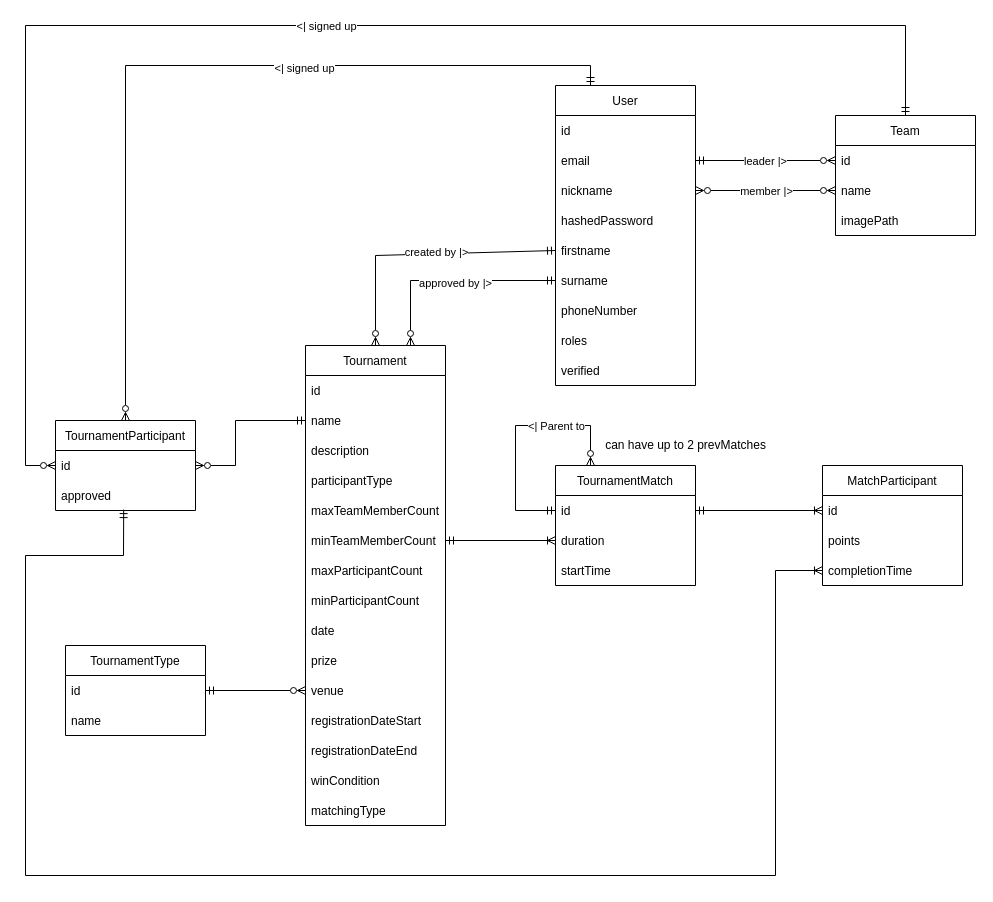
This is erd.drawio from PreGros/IIS_Project, a draw.io file, before an edit. Source tidied: cells renumbered, new cells numbered last; positions are measured from the earlier drawing's top-left corner, leaving out a move shared by most shapes. Both pictures are drawn from the tidied source at 100%, with x=0, y=0 at pixel (25, 25).
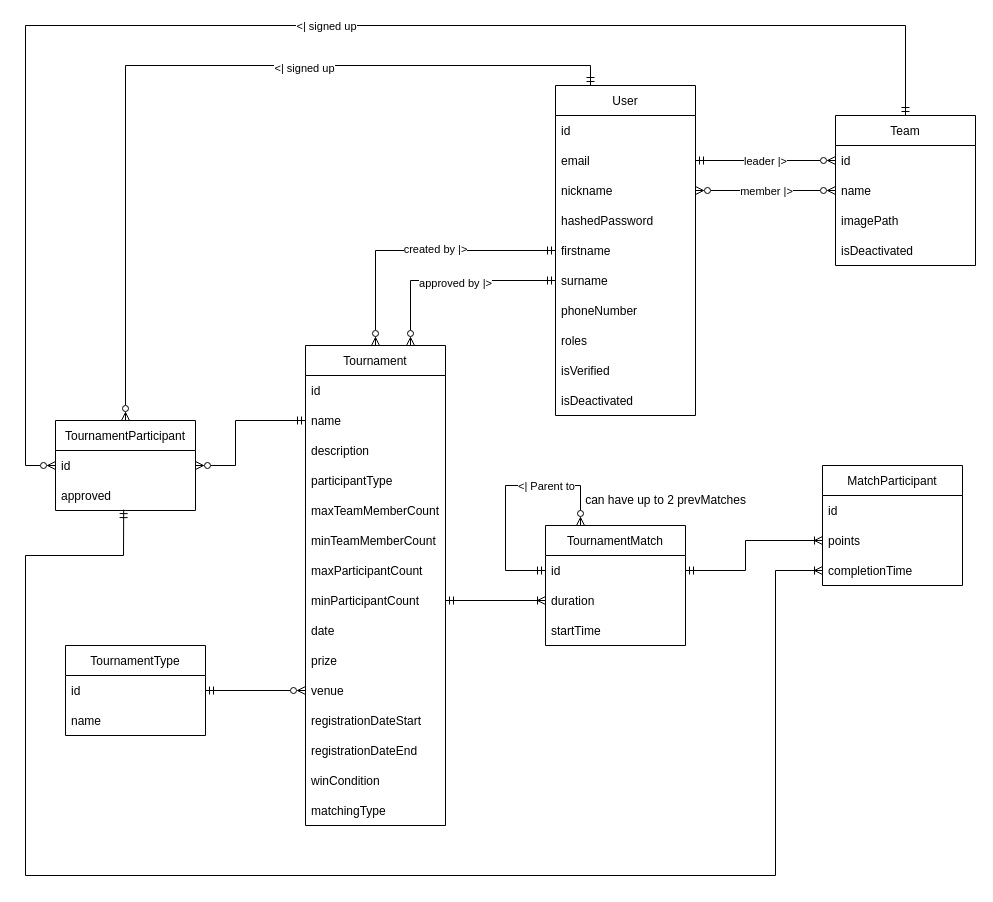
After the change.

Unchanged cells that the change refers to:
```xml
<mxCell id="9" value="firstname" style="text;strokeColor=none;fillColor=none;align=left;verticalAlign=middle;spacingLeft=4;spacingRight=4;overflow=hidden;points=[[0,0.5],[1,0.5]];portConstraint=eastwest;" parent="4" vertex="1">
  <mxGeometry y="150" width="140" height="30" as="geometry" />
</mxCell>
<mxCell id="27" value="id" style="text;strokeColor=none;fillColor=none;align=left;verticalAlign=middle;spacingLeft=4;spacingRight=4;overflow=hidden;points=[[0,0.5],[1,0.5]];portConstraint=eastwest;" parent="24" vertex="1">
  <mxGeometry y="30" width="140" height="30" as="geometry" />
</mxCell>
<mxCell id="28" value="duration" style="text;strokeColor=none;fillColor=none;align=left;verticalAlign=middle;spacingLeft=4;spacingRight=4;overflow=hidden;points=[[0,0.5],[1,0.5]];portConstraint=eastwest;" parent="24" vertex="1">
  <mxGeometry y="60" width="140" height="30" as="geometry" />
</mxCell>
<mxCell id="31" value="id" style="text;strokeColor=none;fillColor=none;align=left;verticalAlign=middle;spacingLeft=4;spacingRight=4;overflow=hidden;points=[[0,0.5],[1,0.5]];portConstraint=eastwest;" parent="30" vertex="1">
  <mxGeometry y="30" width="140" height="30" as="geometry" />
</mxCell>
<mxCell id="32" value="points" style="text;strokeColor=none;fillColor=none;align=left;verticalAlign=middle;spacingLeft=4;spacingRight=4;overflow=hidden;points=[[0,0.5],[1,0.5]];portConstraint=eastwest;" parent="30" vertex="1">
  <mxGeometry y="60" width="140" height="30" as="geometry" />
</mxCell>
<mxCell id="41" value="Tournament" style="swimlane;fontStyle=0;horizontal=1;startSize=30;" parent="1" vertex="1">
  <mxGeometry x="280" y="320" width="140" height="480" as="geometry" />
</mxCell>
<mxCell id="47" value="minTeamMemberCount" style="text;strokeColor=none;fillColor=none;align=left;verticalAlign=middle;spacingLeft=4;spacingRight=4;overflow=hidden;points=[[0,0.5],[1,0.5]];portConstraint=eastwest;" parent="41" vertex="1">
  <mxGeometry y="180" width="140" height="30" as="geometry" />
</mxCell>
<mxCell id="49" value="minParticipantCount" style="text;strokeColor=none;fillColor=none;align=left;verticalAlign=middle;spacingLeft=4;spacingRight=4;overflow=hidden;points=[[0,0.5],[1,0.5]];portConstraint=eastwest;" parent="41" vertex="1">
  <mxGeometry y="240" width="140" height="30" as="geometry" />
</mxCell>
```

The edit, as a diff of the source:
```diff
@@
     <mxCell id="4" value="User" style="swimlane;fontStyle=0;horizontal=1;startSize=30;" parent="1" vertex="1">
-      <mxGeometry x="530" y="60" width="140" height="300" as="geometry" />
+      <mxGeometry x="530" y="60" width="140" height="330" as="geometry" />
     </mxCell>
@@
-    <mxCell id="13" value="verified" style="text;strokeColor=none;fillColor=none;align=left;verticalAlign=middle;spacingLeft=4;spacingRight=4;overflow=hidden;" parent="4" vertex="1">
+    <mxCell id="13" value="isVerified" style="text;strokeColor=none;fillColor=none;align=left;verticalAlign=middle;spacingLeft=4;spacingRight=4;overflow=hidden;" parent="4" vertex="1">
       <mxGeometry y="270" width="140" height="30" as="geometry" />
     </mxCell>
+    <mxCell id="66" value="isDeactivated" style="text;strokeColor=none;fillColor=none;align=left;verticalAlign=middle;spacingLeft=4;spacingRight=4;overflow=hidden;" parent="4" vertex="1">
+      <mxGeometry y="300" width="140" height="30" as="geometry" />
+    </mxCell>
@@
     <mxCell id="16" value="Team" style="swimlane;fontStyle=0;horizontal=1;startSize=30;" parent="1" vertex="1">
-      <mxGeometry x="810" y="90" width="140" height="120" as="geometry" />
+      <mxGeometry x="810" y="90" width="140" height="150" as="geometry" />
     </mxCell>
@@
+    <mxCell id="67" value="isDeactivated" style="text;strokeColor=none;fillColor=none;align=left;verticalAlign=middle;spacingLeft=4;spacingRight=4;overflow=hidden;" parent="16" vertex="1">
+      <mxGeometry y="120" width="140" height="30" as="geometry" />
+    </mxCell>
@@
     <mxCell id="24" value="TournamentMatch" style="swimlane;fontStyle=0;horizontal=1;startSize=30;" parent="1" vertex="1">
-      <mxGeometry x="530" y="440" width="140" height="120" as="geometry" />
+      <mxGeometry x="520" y="500" width="140" height="120" as="geometry" />
     </mxCell>
@@
-    <mxCell id="34" style="edgeStyle=none;rounded=0;html=1;exitX=1;exitY=0.5;exitDx=0;exitDy=0;entryX=0;entryY=0.5;entryDx=0;entryDy=0;startArrow=ERmandOne;startFill=0;endArrow=ERoneToMany;endFill=0;" parent="1" edge="1" source="27" target="31">
-      <mxGeometry relative="1" as="geometry" />
+    <mxCell id="34" style="edgeStyle=none;rounded=0;html=1;exitX=1;exitY=0.5;exitDx=0;exitDy=0;entryX=0;entryY=0.5;entryDx=0;entryDy=0;startArrow=ERmandOne;startFill=0;endArrow=ERoneToMany;endFill=0;" parent="1" edge="1" source="27" target="32">
+      <mxGeometry relative="1" as="geometry">
+        <Array as="points">
+          <mxPoint x="720" y="545" />
+          <mxPoint x="720" y="515" />
+        </Array>
+      </mxGeometry>
     </mxCell>
     <mxCell id="35" value="can have up to 2 prevMatches" style="text;html=1;align=center;verticalAlign=middle;strokeColor=none;fillColor=none;" parent="1" vertex="1">
-      <mxGeometry x="570" y="410" width="180" height="20" as="geometry" />
+      <mxGeometry x="550" y="465" width="180" height="20" as="geometry" />
     </mxCell>
     <mxCell id="36" style="edgeStyle=none;rounded=0;html=1;entryX=0;entryY=0.5;entryDx=0;entryDy=0;startArrow=ERzeroToMany;startFill=0;endArrow=ERmandOne;endFill=0;" parent="1" edge="1" source="41" target="9">
       <mxGeometry relative="1" as="geometry">
         <Array as="points">
-          <mxPoint x="350" y="230" />
+          <mxPoint x="350" y="225" />
         </Array>
       </mxGeometry>
     </mxCell>
@@
-    <mxCell id="57" style="edgeStyle=none;rounded=0;html=1;entryX=0;entryY=0.5;entryDx=0;entryDy=0;startArrow=ERmandOne;startFill=0;endArrow=ERoneToMany;endFill=0;exitX=1;exitY=0.5;exitDx=0;exitDy=0;" parent="1" edge="1" source="47" target="28">
+    <mxCell id="57" style="edgeStyle=none;rounded=0;html=1;entryX=0;entryY=0.5;entryDx=0;entryDy=0;startArrow=ERmandOne;startFill=0;endArrow=ERoneToMany;endFill=0;exitX=1;exitY=0.5;exitDx=0;exitDy=0;" parent="1" edge="1" source="49" target="28">
       <mxGeometry relative="1" as="geometry" />
     </mxCell>
```
